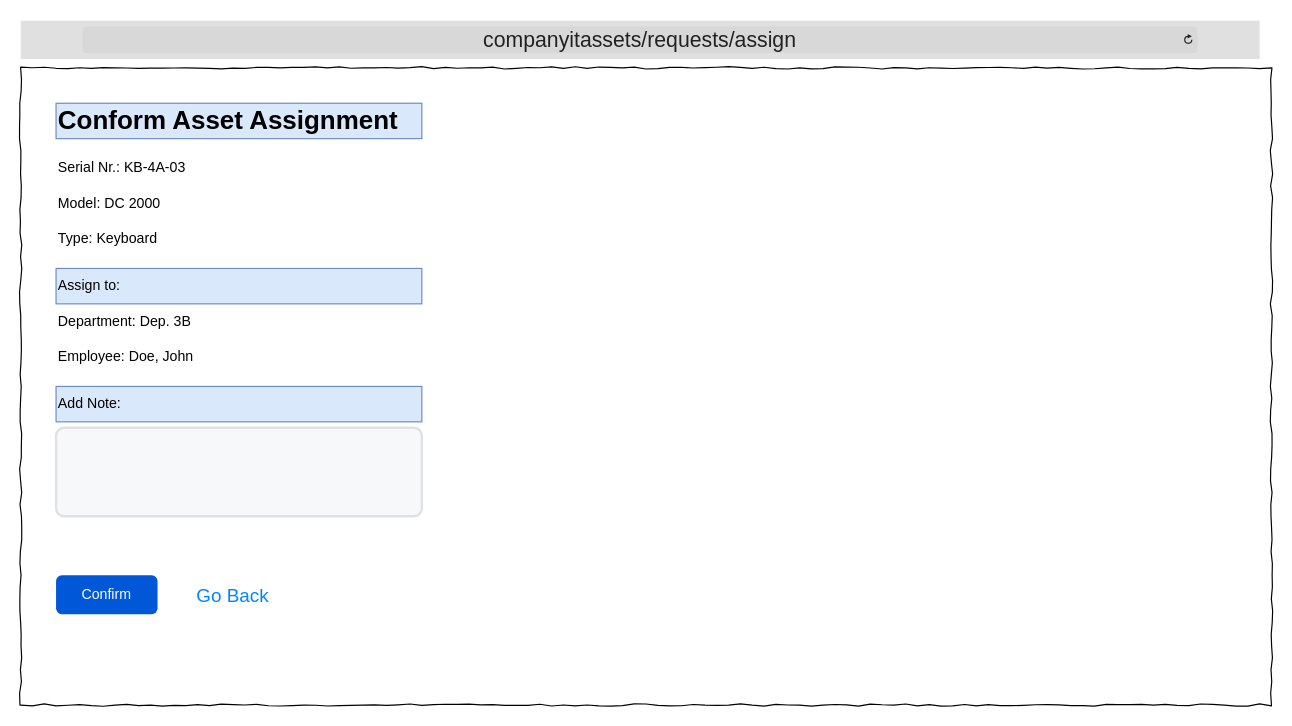
Earlier version of the draw.io diagram Wireframes/ITAT_RequestAssign.drawio (TRed91/ITAssetTracking). Source tidied: cells renumbered, new cells numbered last; positions are measured from the earlier drawing's top-left corner, leaving out a move shared by most shapes. Both pictures are drawn from the tidied source at 118%, with x=0, y=0 at pixel (20, 20).
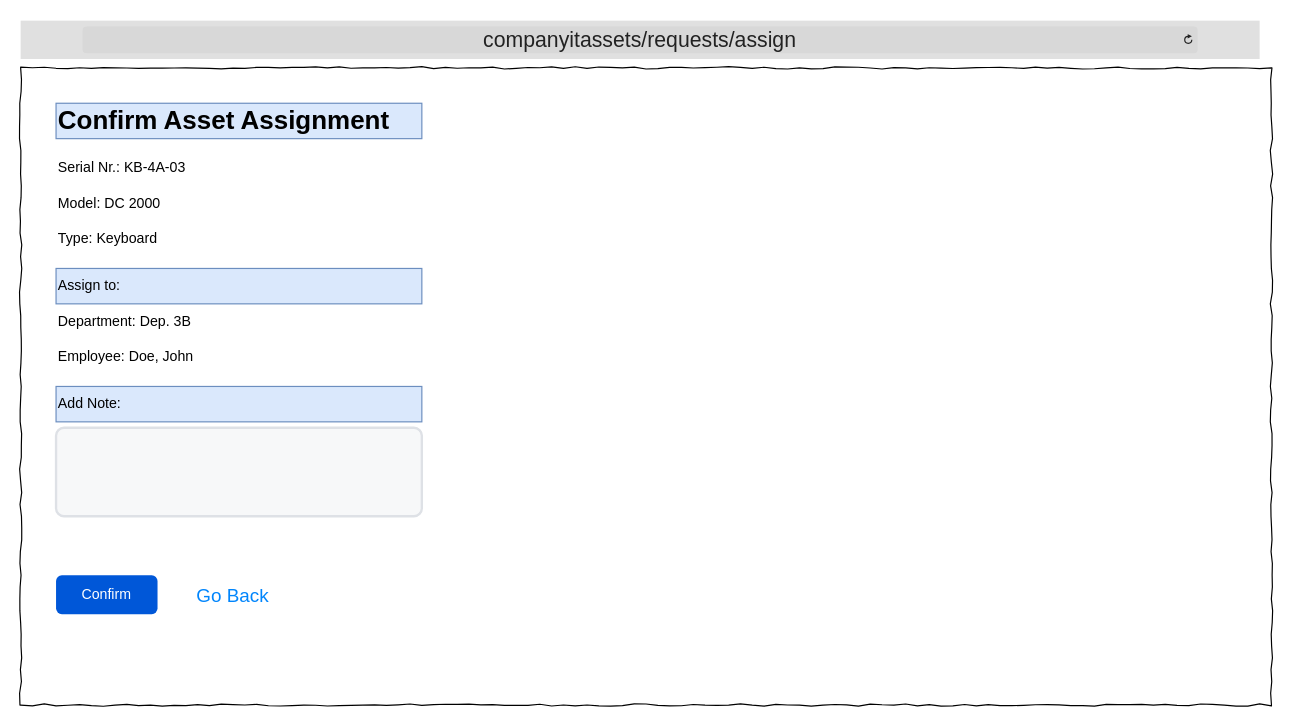
The same diagram, later.

Diff of the diagram source:
```diff
@@
 <mxGraphModel>
   <root>
     <mxCell id="0" />
     <mxCell id="1" parent="0" />
     <mxCell id="2" style="whiteSpace=wrap;html=1;rounded=0;shadow=0;labelBackgroundColor=none;strokeColor=#000000;strokeWidth=1;fillColor=none;fontFamily=Verdana;fontSize=12;fontColor=#000000;align=center;comic=1;" parent="1" vertex="1">
       <mxGeometry y="40" width="1060" height="540" as="geometry" />
     </mxCell>
     <mxCell id="3" value="&lt;font style=&quot;font-size: 18px;&quot;&gt;companyitassets/requests/assign&lt;/font&gt;" style="html=1;strokeWidth=1;shadow=0;dashed=0;shape=mxgraph.ios7ui.url;fillColor=#e0e0e0;strokeColor=#c0c0c0;buttonText=;strokeColor2=#222222;fontColor=#222222;fontSize=8;spacingTop=2;align=center;whiteSpace=wrap;" parent="1" vertex="1">
       <mxGeometry width="1050" height="32.5" as="geometry" />
     </mxCell>
-    <mxCell id="4" value="&lt;font style=&quot;font-size: 22px;&quot;&gt;&lt;b&gt;Conform Asset Assignment&lt;/b&gt;&lt;/font&gt;" style="text;html=1;align=left;verticalAlign=middle;whiteSpace=wrap;rounded=0;fillColor=#dae8fc;strokeColor=#6c8ebf;" parent="1" vertex="1">
+    <mxCell id="4" value="&lt;font style=&quot;font-size: 22px;&quot;&gt;&lt;b&gt;Confirm Asset Assignment&lt;/b&gt;&lt;/font&gt;" style="text;html=1;align=left;verticalAlign=middle;whiteSpace=wrap;rounded=0;fillColor=#dae8fc;strokeColor=#6c8ebf;" parent="1" vertex="1">
       <mxGeometry x="30" y="70" width="310" height="30" as="geometry" />
     </mxCell>
     <mxCell id="5" value="Serial Nr.: KB-4A-03" style="text;html=1;align=left;verticalAlign=middle;whiteSpace=wrap;rounded=0;" parent="1" vertex="1">
       <mxGeometry x="30" y="110" width="230" height="30" as="geometry" />
     </mxCell>
     <mxCell id="6" value="Model: DC 2000" style="text;html=1;align=left;verticalAlign=middle;whiteSpace=wrap;rounded=0;" parent="1" vertex="1">
       <mxGeometry x="30" y="140" width="230" height="30" as="geometry" />
     </mxCell>
     <mxCell id="7" value="Type: Keyboard" style="text;html=1;align=left;verticalAlign=middle;whiteSpace=wrap;rounded=0;" parent="1" vertex="1">
       <mxGeometry x="30" y="170" width="230" height="30" as="geometry" />
     </mxCell>
     <mxCell id="8" value="Assign to:" style="text;html=1;align=left;verticalAlign=middle;whiteSpace=wrap;rounded=0;fillColor=#dae8fc;strokeColor=#6c8ebf;" parent="1" vertex="1">
       <mxGeometry x="30" y="210" width="310" height="30" as="geometry" />
     </mxCell>
     <mxCell id="9" value="Department: Dep. 3B" style="text;html=1;align=left;verticalAlign=middle;whiteSpace=wrap;rounded=0;" parent="1" vertex="1">
       <mxGeometry x="30" y="240" width="230" height="30" as="geometry" />
     </mxCell>
     <mxCell id="10" value="Employee: Doe, John" style="text;html=1;align=left;verticalAlign=middle;whiteSpace=wrap;rounded=0;" parent="1" vertex="1">
       <mxGeometry x="30" y="270" width="230" height="30" as="geometry" />
     </mxCell>
     <mxCell id="11" style="rounded=1;arcSize=9;fillColor=#F7F8F9;align=left;spacingLeft=5;strokeColor=#DEE1E6;html=1;strokeWidth=2;fontSize=12;" parent="1" vertex="1">
       <mxGeometry x="30" y="345" width="310" height="75" as="geometry" />
     </mxCell>
     <mxCell id="12" value="Add Note:" style="text;html=1;align=left;verticalAlign=middle;whiteSpace=wrap;rounded=0;fillColor=#dae8fc;strokeColor=#6c8ebf;" parent="1" vertex="1">
       <mxGeometry x="30" y="310" width="310" height="30" as="geometry" />
     </mxCell>
     <mxCell id="13" value="Confirm" style="rounded=1;fillColor=#0057D8;strokeColor=none;html=1;whiteSpace=wrap;fontColor=#ffffff;align=center;verticalAlign=middle;fontStyle=0;fontSize=12;sketch=0;" parent="1" vertex="1">
       <mxGeometry x="30" y="470" width="86" height="33" as="geometry" />
     </mxCell>
     <mxCell id="14" value="Go Back" style="html=1;shadow=0;dashed=0;shape=mxgraph.bootstrap.rrect;rSize=5;strokeColor=none;strokeWidth=1;fillColor=none;fontColor=#0085FC;whiteSpace=wrap;align=center;verticalAlign=middle;spacingLeft=0;fontStyle=0;fontSize=16;spacing=5;" parent="1" vertex="1">
       <mxGeometry x="140" y="466.5" width="80" height="40" as="geometry" />
     </mxCell>
   </root>
 </mxGraphModel>
```
